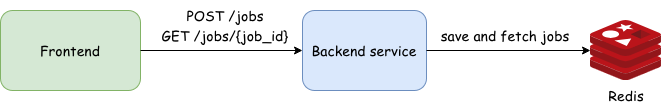
Earlier version of the draw.io export Images/architecture.png (Kevinferl98/Morphological_operations). Source tidied: cells renumbered, new cells last; positions are measured from the earlier drawing's top-left corner, leaving out a move shared by most shapes.
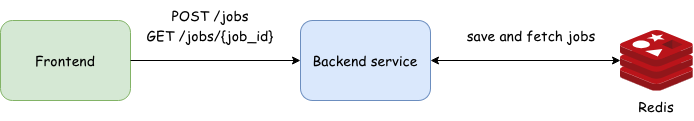
Later version of the same file.

Change to the diagram source:
```diff
@@ -2,32 +2,32 @@
   <root>
     <mxCell id="0" />
     <mxCell id="1" parent="0" />
+    <mxCell id="3" value="Backend service" style="rounded=1;whiteSpace=wrap;html=1;fontSize=14;fontFamily=Comic Sans MS;fillColor=#dae8fc;strokeColor=#6c8ebf;" parent="1" vertex="1">
+      <mxGeometry x="220" y="10" width="130" height="80" as="geometry" />
+    </mxCell>
+    <mxCell id="11" style="image;sketch=0;html=1;points=[];align=center;fontSize=12;image=img/lib/mscae/Cache_Redis_Product.svg;" parent="1" vertex="1">
+      <mxGeometry x="540" y="19.5" width="72.6" height="61" as="geometry" />
+    </mxCell>
+    <mxCell id="6" value="Redis" style="text;html=1;whiteSpace=wrap;strokeColor=none;fillColor=none;align=center;verticalAlign=middle;rounded=0;fontFamily=Comic Sans MS;fontSize=14;" parent="1" vertex="1">
+      <mxGeometry x="546.3" y="80.5" width="60" height="30" as="geometry" />
+    </mxCell>
+    <mxCell id="12" style="endArrow=classic;startArrow=classic;html=1;rounded=0;" parent="1" edge="1" source="3" target="11">
+      <mxGeometry relative="1" as="geometry" />
+    </mxCell>
+    <mxCell id="8" value="save and fetch jobs" style="text;html=1;whiteSpace=wrap;strokeColor=none;fillColor=none;align=center;verticalAlign=middle;rounded=0;fontFamily=Comic Sans MS;fontSize=14;" parent="1" vertex="1">
+      <mxGeometry x="376.3" y="10" width="150" height="30" as="geometry" />
+    </mxCell>
-    <mxCell id="2" value="Frontend" style="rounded=1;whiteSpace=wrap;html=1;fontFamily=Comic Sans MS;fontSize=14;fillColor=#d5e8d4;strokeColor=#82b366;" parent="1" vertex="1">
-      <mxGeometry y="10" width="140" height="80" as="geometry" />
+    <mxCell id="2" value="Frontend" style="rounded=1;whiteSpace=wrap;html=1;fontSize=14;fontFamily=Comic Sans MS;fillColor=#d5e8d4;strokeColor=#82b366;" parent="1" vertex="1">
+      <mxGeometry x="-80" y="10" width="130" height="80" as="geometry" />
     </mxCell>
-    <mxCell id="3" value="&lt;div&gt;&lt;font face=&quot;Comic Sans MS&quot; style=&quot;font-size: 14px;&quot;&gt;Backend service&lt;/font&gt;&lt;/div&gt;" style="rounded=1;whiteSpace=wrap;html=1;fillColor=#dae8fc;strokeColor=#6c8ebf;" parent="1" vertex="1">
-      <mxGeometry x="302" y="10" width="124" height="80" as="geometry" />
-    </mxCell>
-    <mxCell id="4" style="image;sketch=0;html=1;points=[];align=center;fontSize=12;image=img/lib/mscae/Cache_Redis_Product.svg;" parent="1" vertex="1">
-      <mxGeometry x="590" y="20" width="71.4" height="60" as="geometry" />
-    </mxCell>
-    <mxCell id="5" style="endArrow=classic;html=1;rounded=0;" parent="1" edge="1" source="3" target="4">
-      <mxGeometry relative="1" as="geometry" />
-    </mxCell>
-    <mxCell id="6" value="&lt;div&gt;Redis&lt;/div&gt;" style="text;html=1;whiteSpace=wrap;strokeColor=none;fillColor=none;align=center;verticalAlign=middle;rounded=0;fontFamily=Comic Sans MS;fontSize=14;" parent="1" vertex="1">
-      <mxGeometry x="595.7" y="80" width="60" height="30" as="geometry" />
-    </mxCell>
     <mxCell id="7" style="endArrow=classic;html=1;rounded=0;" parent="1" edge="1" source="2" target="3">
       <mxGeometry relative="1" as="geometry" />
     </mxCell>
-    <mxCell id="8" value="save and fetch jobs" style="text;html=1;whiteSpace=wrap;strokeColor=none;fillColor=none;align=center;verticalAlign=middle;rounded=0;fontFamily=Comic Sans MS;fontSize=14;" parent="1" vertex="1">
-      <mxGeometry x="430" y="20" width="150" height="30" as="geometry" />
-    </mxCell>
     <mxCell id="9" value="POST /jobs" style="text;html=1;whiteSpace=wrap;strokeColor=none;fillColor=none;align=center;verticalAlign=middle;rounded=0;fontFamily=Comic Sans MS;fontSize=14;" parent="1" vertex="1">
-      <mxGeometry x="175" width="100" height="30" as="geometry" />
+      <mxGeometry x="80" y="-10" width="100" height="30" as="geometry" />
     </mxCell>
-    <mxCell id="10" value="&lt;div&gt;GET /jobs/{job_id}&lt;/div&gt;" style="text;html=1;whiteSpace=wrap;strokeColor=none;fillColor=none;align=center;verticalAlign=middle;rounded=0;fontFamily=Comic Sans MS;fontSize=14;" parent="1" vertex="1">
-      <mxGeometry x="150" y="20" width="150" height="30" as="geometry" />
+    <mxCell id="10" value="GET /jobs/{job_id}" style="text;html=1;whiteSpace=wrap;strokeColor=none;fillColor=none;align=center;verticalAlign=middle;rounded=0;fontFamily=Comic Sans MS;fontSize=14;" parent="1" vertex="1">
+      <mxGeometry x="55" y="10" width="150" height="30" as="geometry" />
     </mxCell>
   </root>
 </mxGraphModel>
```
